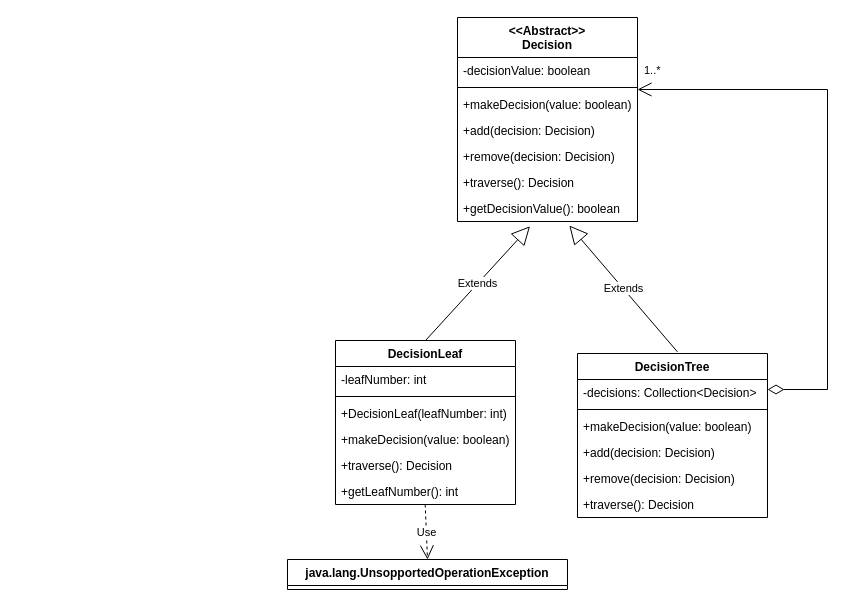
Above: log/diagrams/UML/Raffaele/Secondo sprint - tasks.drawio in weiss25r/Progetto-ISS-2022-2023 (draw.io), before the change. Source tidied: cells renumbered, new cells numbered last; positions are measured from the earlier drawing's top-left corner, leaving out a move shared by most shapes. Both pictures are drawn from the tidied source at 100%, with x=0, y=0 at pixel (287, 17).
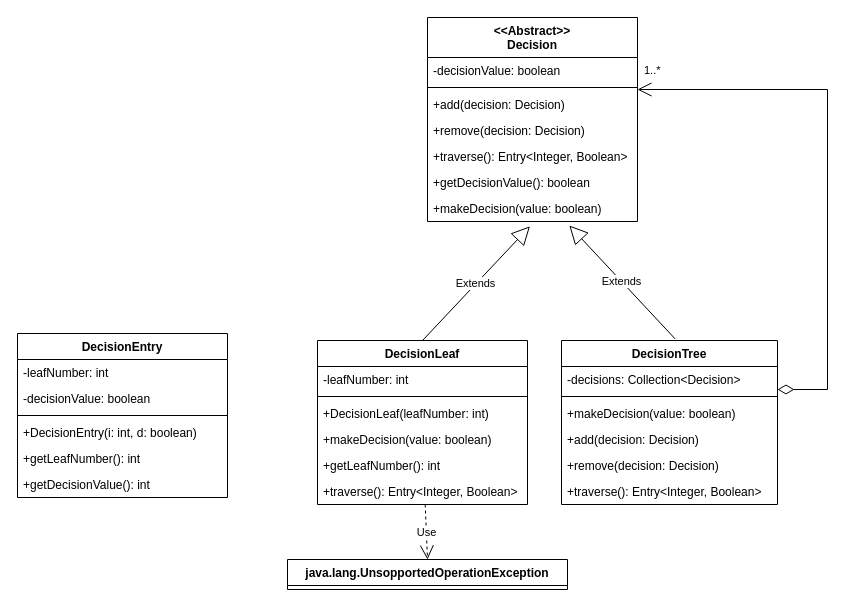
The same page after the edit.

The edit, as a diff of the source:
```diff
@@
     <mxCell id="2" value="&lt;&lt;Abstract&gt;&gt;&#10;Decision&#10;" style="swimlane;fontStyle=1;align=center;verticalAlign=top;horizontal=1;startSize=40;" parent="1" vertex="1">
-      <mxGeometry x="170" width="180" height="204" as="geometry" />
+      <mxGeometry x="140" width="210" height="204" as="geometry" />
     </mxCell>
     <mxCell id="3" value="-decisionValue: boolean" style="text;strokeColor=none;fillColor=none;align=left;verticalAlign=top;spacingLeft=4;spacingRight=4;overflow=hidden;" parent="2" vertex="1">
-      <mxGeometry y="40" width="180" height="26" as="geometry" />
+      <mxGeometry y="40" width="210" height="26" as="geometry" />
     </mxCell>
     <mxCell id="4" style="line;strokeWidth=1;fillColor=none;align=left;verticalAlign=middle;spacingTop=-1;spacingLeft=3;spacingRight=3;labelPosition=right;strokeColor=inherit;" parent="2" vertex="1">
-      <mxGeometry y="66" width="180" height="8" as="geometry" />
+      <mxGeometry y="66" width="210" height="8" as="geometry" />
     </mxCell>
-    <mxCell id="5" value="+makeDecision(value: boolean)" style="text;strokeColor=none;fillColor=none;align=left;verticalAlign=top;spacingLeft=4;spacingRight=4;overflow=hidden;" parent="2" vertex="1">
-      <mxGeometry y="74" width="180" height="26" as="geometry" />
-    </mxCell>
     <mxCell id="6" value="+add(decision: Decision)" style="text;strokeColor=none;fillColor=none;align=left;verticalAlign=top;spacingLeft=4;spacingRight=4;overflow=hidden;" parent="2" vertex="1">
-      <mxGeometry y="100" width="180" height="26" as="geometry" />
+      <mxGeometry y="74" width="210" height="26" as="geometry" />
     </mxCell>
     <mxCell id="7" value="+remove(decision: Decision)" style="text;strokeColor=none;fillColor=none;align=left;verticalAlign=top;spacingLeft=4;spacingRight=4;overflow=hidden;" parent="2" vertex="1">
-      <mxGeometry y="126" width="180" height="26" as="geometry" />
+      <mxGeometry y="100" width="210" height="26" as="geometry" />
     </mxCell>
-    <mxCell id="8" value="+traverse(): Decision" style="text;strokeColor=none;fillColor=none;align=left;verticalAlign=top;spacingLeft=4;spacingRight=4;overflow=hidden;" parent="2" vertex="1">
-      <mxGeometry y="152" width="180" height="26" as="geometry" />
+    <mxCell id="8" value="+traverse(): Entry&lt;Integer, Boolean&gt;" style="text;strokeColor=none;fillColor=none;align=left;verticalAlign=top;spacingLeft=4;spacingRight=4;overflow=hidden;" parent="2" vertex="1">
+      <mxGeometry y="126" width="210" height="26" as="geometry" />
     </mxCell>
     <mxCell id="9" value="+getDecisionValue(): boolean" style="text;strokeColor=none;fillColor=none;align=left;verticalAlign=top;spacingLeft=4;spacingRight=4;overflow=hidden;" parent="2" vertex="1">
-      <mxGeometry y="178" width="180" height="26" as="geometry" />
+      <mxGeometry y="152" width="210" height="26" as="geometry" />
     </mxCell>
+    <mxCell id="5" value="+makeDecision(value: boolean)" style="text;strokeColor=none;fillColor=none;align=left;verticalAlign=top;spacingLeft=4;spacingRight=4;overflow=hidden;" parent="2" vertex="1">
+      <mxGeometry y="178" width="210" height="26" as="geometry" />
+    </mxCell>
     <mxCell id="10" value="DecisionLeaf" style="swimlane;fontStyle=1;align=center;verticalAlign=top;horizontal=1;startSize=26;" parent="1" vertex="1">
-      <mxGeometry x="48" y="323" width="180" height="164" as="geometry" />
+      <mxGeometry x="30" y="323" width="210" height="164" as="geometry" />
     </mxCell>
     <mxCell id="11" value="-leafNumber: int" style="text;strokeColor=none;fillColor=none;align=left;verticalAlign=top;spacingLeft=4;spacingRight=4;overflow=hidden;" parent="10" vertex="1">
-      <mxGeometry y="26" width="180" height="26" as="geometry" />
+      <mxGeometry y="26" width="210" height="26" as="geometry" />
     </mxCell>
     <mxCell id="12" style="line;strokeWidth=1;fillColor=none;align=left;verticalAlign=middle;spacingTop=-1;spacingLeft=3;spacingRight=3;labelPosition=right;strokeColor=inherit;" parent="10" vertex="1">
-      <mxGeometry y="52" width="180" height="8" as="geometry" />
+      <mxGeometry y="52" width="210" height="8" as="geometry" />
     </mxCell>
     <mxCell id="13" value="+DecisionLeaf(leafNumber: int)" style="text;strokeColor=none;fillColor=none;align=left;verticalAlign=top;spacingLeft=4;spacingRight=4;overflow=hidden;" parent="10" vertex="1">
-      <mxGeometry y="60" width="180" height="26" as="geometry" />
+      <mxGeometry y="60" width="210" height="26" as="geometry" />
     </mxCell>
     <mxCell id="14" value="+makeDecision(value: boolean)&#10;" style="text;strokeColor=none;fillColor=none;align=left;verticalAlign=top;spacingLeft=4;spacingRight=4;overflow=hidden;" parent="10" vertex="1">
-      <mxGeometry y="86" width="180" height="26" as="geometry" />
+      <mxGeometry y="86" width="210" height="26" as="geometry" />
     </mxCell>
-    <mxCell id="15" value="+traverse(): Decision" style="text;strokeColor=none;fillColor=none;align=left;verticalAlign=top;spacingLeft=4;spacingRight=4;overflow=hidden;" parent="10" vertex="1">
-      <mxGeometry y="112" width="180" height="26" as="geometry" />
-    </mxCell>
     <mxCell id="16" value="+getLeafNumber(): int" style="text;strokeColor=none;fillColor=none;align=left;verticalAlign=top;spacingLeft=4;spacingRight=4;overflow=hidden;" parent="10" vertex="1">
-      <mxGeometry y="138" width="180" height="26" as="geometry" />
+      <mxGeometry y="112" width="210" height="26" as="geometry" />
     </mxCell>
+    <mxCell id="29" value="+traverse(): Entry&lt;Integer, Boolean&gt;" style="text;strokeColor=none;fillColor=none;align=left;verticalAlign=top;spacingLeft=4;spacingRight=4;overflow=hidden;" parent="10" vertex="1">
+      <mxGeometry y="138" width="210" height="26" as="geometry" />
+    </mxCell>
     <mxCell id="17" value="DecisionTree" style="swimlane;fontStyle=1;align=center;verticalAlign=top;horizontal=1;startSize=26;" parent="1" vertex="1">
-      <mxGeometry x="290" y="336" width="190" height="164" as="geometry" />
+      <mxGeometry x="274" y="323" width="216" height="164" as="geometry" />
     </mxCell>
     <mxCell id="18" value="-decisions: Collection&lt;Decision&gt;" style="text;strokeColor=none;fillColor=none;align=left;verticalAlign=top;spacingLeft=4;spacingRight=4;overflow=hidden;" parent="17" vertex="1">
-      <mxGeometry y="26" width="190" height="26" as="geometry" />
+      <mxGeometry y="26" width="216" height="26" as="geometry" />
     </mxCell>
     <mxCell id="19" style="line;strokeWidth=1;fillColor=none;align=left;verticalAlign=middle;spacingTop=-1;spacingLeft=3;spacingRight=3;labelPosition=right;strokeColor=inherit;" parent="17" vertex="1">
-      <mxGeometry y="52" width="190" height="8" as="geometry" />
+      <mxGeometry y="52" width="216" height="8" as="geometry" />
     </mxCell>
     <mxCell id="20" value="+makeDecision(value: boolean)" style="text;strokeColor=none;fillColor=none;align=left;verticalAlign=top;spacingLeft=4;spacingRight=4;overflow=hidden;" parent="17" vertex="1">
-      <mxGeometry y="60" width="190" height="26" as="geometry" />
+      <mxGeometry y="60" width="216" height="26" as="geometry" />
     </mxCell>
     <mxCell id="21" value="+add(decision: Decision)" style="text;strokeColor=none;fillColor=none;align=left;verticalAlign=top;spacingLeft=4;spacingRight=4;overflow=hidden;" parent="17" vertex="1">
-      <mxGeometry y="86" width="190" height="26" as="geometry" />
+      <mxGeometry y="86" width="216" height="26" as="geometry" />
     </mxCell>
     <mxCell id="22" value="+remove(decision: Decision)" style="text;strokeColor=none;fillColor=none;align=left;verticalAlign=top;spacingLeft=4;spacingRight=4;overflow=hidden;" parent="17" vertex="1">
-      <mxGeometry y="112" width="190" height="26" as="geometry" />
+      <mxGeometry y="112" width="216" height="26" as="geometry" />
     </mxCell>
-    <mxCell id="23" value="+traverse(): Decision" style="text;strokeColor=none;fillColor=none;align=left;verticalAlign=top;spacingLeft=4;spacingRight=4;overflow=hidden;" parent="17" vertex="1">
-      <mxGeometry y="138" width="190" height="26" as="geometry" />
-    </mxCell>
+    <mxCell id="30" value="+traverse(): Entry&lt;Integer, Boolean&gt;" style="text;strokeColor=none;fillColor=none;align=left;verticalAlign=top;spacingLeft=4;spacingRight=4;overflow=hidden;" parent="17" vertex="1">
+      <mxGeometry y="138" width="216" height="26" as="geometry" />
+    </mxCell>
     <mxCell id="24" value="1..*" style="endArrow=open;html=1;endSize=12;startArrow=diamondThin;startSize=14;startFill=0;edgeStyle=orthogonalEdgeStyle;align=left;verticalAlign=bottom;rounded=0;" parent="1" edge="1">
       <mxGeometry x="0.98" y="-10" relative="1" as="geometry">
-        <mxPoint x="480" y="372" as="sourcePoint" />
+        <mxPoint x="490" y="372" as="sourcePoint" />
         <mxPoint x="350" y="72" as="targetPoint" />
         <Array as="points">
           <mxPoint x="540" y="372" />
           <mxPoint x="540" y="72" />
         </Array>
       </mxGeometry>
     </mxCell>
@@
+    <mxCell id="31" value="DecisionEntry" style="swimlane;fontStyle=1;align=center;verticalAlign=top;horizontal=1;startSize=26;" parent="1" vertex="1">
+      <mxGeometry x="-270" y="316" width="210" height="164" as="geometry" />
+    </mxCell>
+    <mxCell id="32" value="-leafNumber: int" style="text;strokeColor=none;fillColor=none;align=left;verticalAlign=top;spacingLeft=4;spacingRight=4;overflow=hidden;" parent="31" vertex="1">
+      <mxGeometry y="26" width="210" height="26" as="geometry" />
+    </mxCell>
+    <mxCell id="33" value="-decisionValue: boolean" style="text;strokeColor=none;fillColor=none;align=left;verticalAlign=top;spacingLeft=4;spacingRight=4;overflow=hidden;" parent="31" vertex="1">
+      <mxGeometry y="52" width="210" height="26" as="geometry" />
+    </mxCell>
+    <mxCell id="34" style="line;strokeWidth=1;fillColor=none;align=left;verticalAlign=middle;spacingTop=-1;spacingLeft=3;spacingRight=3;labelPosition=right;strokeColor=inherit;" parent="31" vertex="1">
+      <mxGeometry y="78" width="210" height="8" as="geometry" />
+    </mxCell>
+    <mxCell id="35" value="+DecisionEntry(i: int, d: boolean)" style="text;strokeColor=none;fillColor=none;align=left;verticalAlign=top;spacingLeft=4;spacingRight=4;overflow=hidden;" parent="31" vertex="1">
+      <mxGeometry y="86" width="210" height="26" as="geometry" />
+    </mxCell>
+    <mxCell id="36" value="+getLeafNumber(): int" style="text;strokeColor=none;fillColor=none;align=left;verticalAlign=top;spacingLeft=4;spacingRight=4;overflow=hidden;" parent="31" vertex="1">
+      <mxGeometry y="112" width="210" height="26" as="geometry" />
+    </mxCell>
+    <mxCell id="37" value="+getDecisionValue(): int" style="text;strokeColor=none;fillColor=none;align=left;verticalAlign=top;spacingLeft=4;spacingRight=4;overflow=hidden;" parent="31" vertex="1">
+      <mxGeometry y="138" width="210" height="26" as="geometry" />
+    </mxCell>
```
